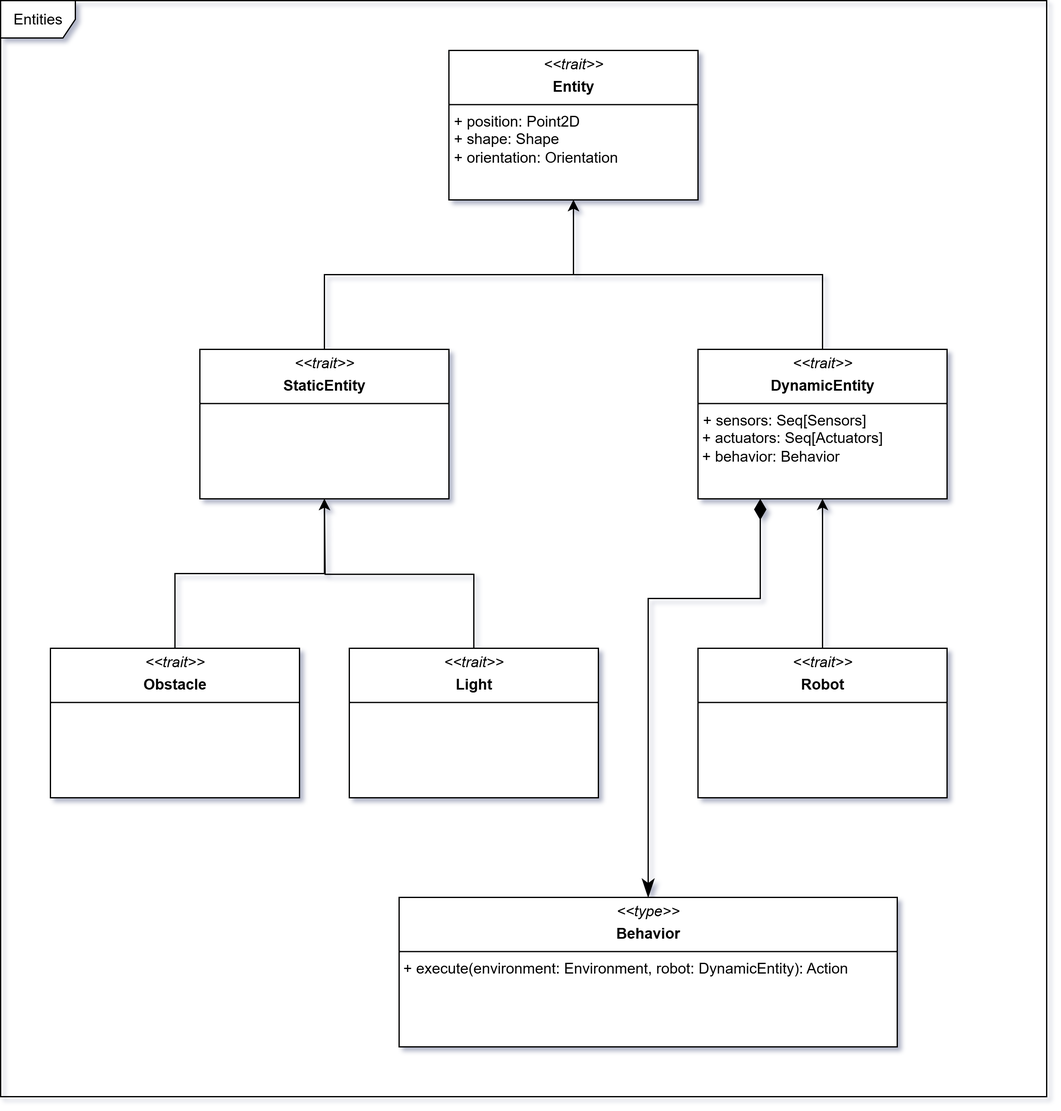
The draw.io diagram docs/static/img/04-detailed-design/entities.png in Scala-Robotics-Simulator/PPS-22-srs, before a commit. Source tidied: cells renumbered, new cells last; positions are measured from the earlier drawing's top-left corner, leaving out a move shared by most shapes. Its diagram source:
```xml
<mxGraphModel>
  <root>
    <mxCell id="0" />
    <mxCell id="1" parent="0" />
    <mxCell id="2" value="&lt;p style=&quot;margin:0px;margin-top:4px;text-align:center;&quot;&gt;&lt;i&gt;&amp;lt;&amp;lt;trait&amp;gt;&amp;gt;&lt;/i&gt;&lt;/p&gt;&lt;p style=&quot;margin:0px;margin-top:4px;text-align:center;&quot;&gt;&lt;b&gt;Entity&lt;/b&gt;&lt;/p&gt;&lt;hr size=&quot;1&quot; style=&quot;border-style:solid;&quot;&gt;&lt;p style=&quot;margin:0px;margin-left:4px;&quot;&gt;+ position: Point2D&lt;/p&gt;&lt;p style=&quot;margin:0px;margin-left:4px;&quot;&gt;+ shape: Shape&lt;/p&gt;&lt;p style=&quot;margin:0px;margin-left:4px;&quot;&gt;+ orientation: Orientation&lt;/p&gt;" style="verticalAlign=top;align=left;overflow=fill;html=1;whiteSpace=wrap;" parent="1" vertex="1">
      <mxGeometry x="360" y="40" width="200" height="120" as="geometry" />
    </mxCell>
    <mxCell id="3" style="edgeStyle=orthogonalEdgeStyle;rounded=0;jettySize=auto;html=1;entryX=0.5;entryY=1;entryDx=0;entryDy=0;" parent="1" edge="1" source="4" target="2">
      <mxGeometry relative="1" as="geometry" />
    </mxCell>
    <mxCell id="4" value="&lt;p style=&quot;margin:0px;margin-top:4px;text-align:center;&quot;&gt;&lt;i&gt;&amp;lt;&amp;lt;trait&amp;gt;&amp;gt;&lt;/i&gt;&lt;/p&gt;&lt;p style=&quot;margin:0px;margin-top:4px;text-align:center;&quot;&gt;&lt;b&gt;StaticEntity&lt;/b&gt;&lt;/p&gt;&lt;hr size=&quot;1&quot; style=&quot;border-style:solid;&quot;&gt;" style="verticalAlign=top;align=left;overflow=fill;html=1;whiteSpace=wrap;" parent="1" vertex="1">
      <mxGeometry x="160" y="280" width="200" height="120" as="geometry" />
    </mxCell>
    <mxCell id="5" style="edgeStyle=orthogonalEdgeStyle;rounded=0;jettySize=auto;html=1;exitX=0.5;exitY=0;exitDx=0;exitDy=0;" parent="1" edge="1" source="6">
      <mxGeometry relative="1" as="geometry">
        <mxPoint x="460" y="160" as="targetPoint" />
        <Array as="points">
          <mxPoint x="660" y="220" />
          <mxPoint x="460" y="220" />
        </Array>
      </mxGeometry>
    </mxCell>
    <mxCell id="6" value="&lt;p style=&quot;margin:0px;margin-top:4px;text-align:center;&quot;&gt;&lt;i&gt;&amp;lt;&amp;lt;trait&amp;gt;&amp;gt;&lt;/i&gt;&lt;/p&gt;&lt;p style=&quot;margin:0px;margin-top:4px;text-align:center;&quot;&gt;&lt;b&gt;DynamicEntity&lt;/b&gt;&lt;/p&gt;&lt;hr size=&quot;1&quot; style=&quot;border-style:solid;&quot;&gt;&lt;p style=&quot;margin:0px;margin-left:4px;&quot;&gt;+ sensors: Seq[Sensors]&lt;/p&gt;&lt;div&gt;&amp;nbsp;+ actuators: Seq[Actuators]&lt;/div&gt;&lt;div&gt;&amp;nbsp;+ behavior: Behavior&lt;/div&gt;&lt;p style=&quot;margin:0px;margin-left:4px;&quot;&gt;&lt;br&gt;&lt;/p&gt;" style="verticalAlign=top;align=left;overflow=fill;html=1;whiteSpace=wrap;" parent="1" vertex="1">
      <mxGeometry x="560" y="280" width="200" height="120" as="geometry" />
    </mxCell>
    <mxCell id="7" style="edgeStyle=orthogonalEdgeStyle;rounded=0;jettySize=auto;html=1;entryX=0.5;entryY=1;entryDx=0;entryDy=0;exitX=0.5;exitY=0;exitDx=0;exitDy=0;" parent="1" edge="1" source="8" target="4">
      <mxGeometry relative="1" as="geometry">
        <Array as="points">
          <mxPoint x="140" y="460" />
          <mxPoint x="260" y="460" />
        </Array>
      </mxGeometry>
    </mxCell>
    <mxCell id="8" value="&lt;p style=&quot;margin:0px;margin-top:4px;text-align:center;&quot;&gt;&lt;i&gt;&amp;lt;&amp;lt;trait&amp;gt;&amp;gt;&lt;/i&gt;&lt;/p&gt;&lt;p style=&quot;margin:0px;margin-top:4px;text-align:center;&quot;&gt;&lt;b&gt;Obstacle&lt;/b&gt;&lt;/p&gt;&lt;hr size=&quot;1&quot; style=&quot;border-style:solid;&quot;&gt;" style="verticalAlign=top;align=left;overflow=fill;html=1;whiteSpace=wrap;" parent="1" vertex="1">
      <mxGeometry x="40" y="520" width="200" height="120" as="geometry" />
    </mxCell>
    <mxCell id="9" style="edgeStyle=orthogonalEdgeStyle;rounded=0;jettySize=auto;html=1;exitX=0.5;exitY=0;exitDx=0;exitDy=0;" parent="1" edge="1" source="10">
      <mxGeometry relative="1" as="geometry">
        <mxPoint x="260" y="400" as="targetPoint" />
      </mxGeometry>
    </mxCell>
    <mxCell id="10" value="&lt;p style=&quot;margin:0px;margin-top:4px;text-align:center;&quot;&gt;&lt;i&gt;&amp;lt;&amp;lt;trait&amp;gt;&amp;gt;&lt;/i&gt;&lt;/p&gt;&lt;p style=&quot;margin:0px;margin-top:4px;text-align:center;&quot;&gt;&lt;b&gt;Light&lt;/b&gt;&lt;/p&gt;&lt;hr size=&quot;1&quot; style=&quot;border-style:solid;&quot;&gt;" style="verticalAlign=top;align=left;overflow=fill;html=1;whiteSpace=wrap;" parent="1" vertex="1">
      <mxGeometry x="280" y="520" width="200" height="120" as="geometry" />
    </mxCell>
    <mxCell id="11" style="edgeStyle=orthogonalEdgeStyle;rounded=0;jettySize=auto;html=1;entryX=0.5;entryY=1;entryDx=0;entryDy=0;" parent="1" edge="1" source="12" target="6">
      <mxGeometry relative="1" as="geometry" />
    </mxCell>
    <mxCell id="12" value="&lt;p style=&quot;margin:0px;margin-top:4px;text-align:center;&quot;&gt;&lt;i&gt;&amp;lt;&amp;lt;trait&amp;gt;&amp;gt;&lt;/i&gt;&lt;/p&gt;&lt;p style=&quot;margin:0px;margin-top:4px;text-align:center;&quot;&gt;&lt;b&gt;Robot&lt;/b&gt;&lt;/p&gt;&lt;hr size=&quot;1&quot; style=&quot;border-style:solid;&quot;&gt;" style="verticalAlign=top;align=left;overflow=fill;html=1;whiteSpace=wrap;" parent="1" vertex="1">
      <mxGeometry x="560" y="520" width="200" height="120" as="geometry" />
    </mxCell>
    <mxCell id="13" value="Entities" style="shape=umlFrame;whiteSpace=wrap;html=1;" parent="1" vertex="1">
      <mxGeometry width="840" height="880" as="geometry" />
    </mxCell>
    <mxCell id="14" value="&lt;p style=&quot;margin:0px;margin-top:4px;text-align:center;&quot;&gt;&lt;i&gt;&amp;lt;&amp;lt;type&amp;gt;&amp;gt;&lt;/i&gt;&lt;/p&gt;&lt;p style=&quot;margin:0px;margin-top:4px;text-align:center;&quot;&gt;&lt;b&gt;Behavior&lt;/b&gt;&lt;/p&gt;&lt;hr size=&quot;1&quot; style=&quot;border-style:solid;&quot;&gt;&amp;nbsp;+ execute(environment: Environment, robot: DynamicEntity): Action&lt;div&gt;&lt;br&gt;&lt;/div&gt;" style="verticalAlign=top;align=left;overflow=fill;html=1;whiteSpace=wrap;" parent="1" vertex="1">
      <mxGeometry x="320" y="720" width="400" height="120" as="geometry" />
    </mxCell>
    <mxCell id="15" style="endArrow=classicThin;html=1;endSize=12;startArrow=diamondThin;startSize=14;startFill=1;edgeStyle=orthogonalEdgeStyle;align=left;verticalAlign=bottom;rounded=0;exitX=0.25;exitY=1;exitDx=0;exitDy=0;entryX=0.5;entryY=0;entryDx=0;entryDy=0;endFill=1;" parent="1" edge="1" source="6" target="14">
      <mxGeometry x="-1" y="3" relative="1" as="geometry">
        <Array as="points">
          <mxPoint x="610" y="480" />
          <mxPoint x="520" y="480" />
        </Array>
      </mxGeometry>
    </mxCell>
  </root>
</mxGraphModel>
```
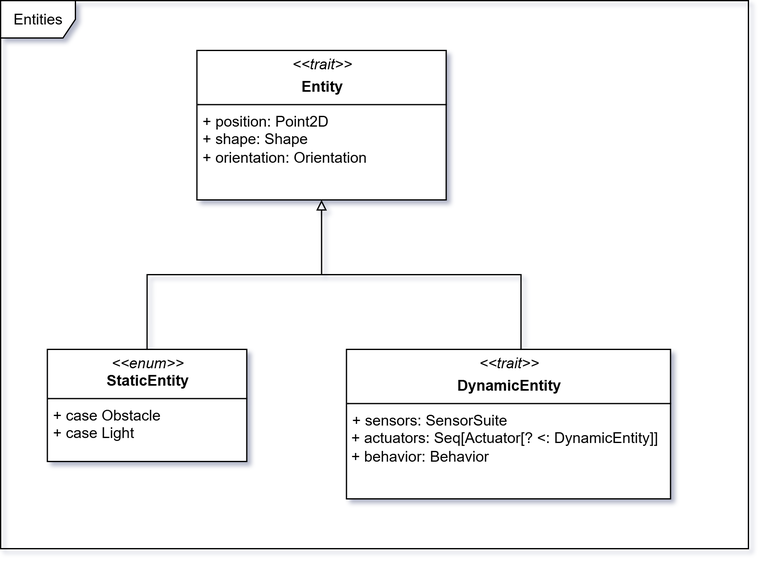
After the commit.

The edit, as a diff of the source:
```diff
@@ -3,64 +3,33 @@
     <mxCell id="0" />
     <mxCell id="1" parent="0" />
     <mxCell id="2" value="&lt;p style=&quot;margin:0px;margin-top:4px;text-align:center;&quot;&gt;&lt;i&gt;&amp;lt;&amp;lt;trait&amp;gt;&amp;gt;&lt;/i&gt;&lt;/p&gt;&lt;p style=&quot;margin:0px;margin-top:4px;text-align:center;&quot;&gt;&lt;b&gt;Entity&lt;/b&gt;&lt;/p&gt;&lt;hr size=&quot;1&quot; style=&quot;border-style:solid;&quot;&gt;&lt;p style=&quot;margin:0px;margin-left:4px;&quot;&gt;+ position: Point2D&lt;/p&gt;&lt;p style=&quot;margin:0px;margin-left:4px;&quot;&gt;+ shape: Shape&lt;/p&gt;&lt;p style=&quot;margin:0px;margin-left:4px;&quot;&gt;+ orientation: Orientation&lt;/p&gt;" style="verticalAlign=top;align=left;overflow=fill;html=1;whiteSpace=wrap;" parent="1" vertex="1">
-      <mxGeometry x="360" y="40" width="200" height="120" as="geometry" />
+      <mxGeometry x="237.5" y="40" width="200" height="120" as="geometry" />
     </mxCell>
-    <mxCell id="3" style="edgeStyle=orthogonalEdgeStyle;rounded=0;jettySize=auto;html=1;entryX=0.5;entryY=1;entryDx=0;entryDy=0;" parent="1" edge="1" source="4" target="2">
-      <mxGeometry relative="1" as="geometry" />
+    <mxCell id="3" style="edgeStyle=orthogonalEdgeStyle;rounded=0;jettySize=auto;html=1;exitX=0.5;exitY=0;exitDx=0;exitDy=0;endArrow=block;endFill=0;" parent="1" edge="1" source="4">
+      <mxGeometry relative="1" as="geometry">
+        <mxPoint x="337.5" y="160" as="targetPoint" />
+        <Array as="points">
+          <mxPoint x="497.5" y="220" />
+          <mxPoint x="337.5" y="220" />
+        </Array>
+      </mxGeometry>
     </mxCell>
-    <mxCell id="4" value="&lt;p style=&quot;margin:0px;margin-top:4px;text-align:center;&quot;&gt;&lt;i&gt;&amp;lt;&amp;lt;trait&amp;gt;&amp;gt;&lt;/i&gt;&lt;/p&gt;&lt;p style=&quot;margin:0px;margin-top:4px;text-align:center;&quot;&gt;&lt;b&gt;StaticEntity&lt;/b&gt;&lt;/p&gt;&lt;hr size=&quot;1&quot; style=&quot;border-style:solid;&quot;&gt;" style="verticalAlign=top;align=left;overflow=fill;html=1;whiteSpace=wrap;" parent="1" vertex="1">
-      <mxGeometry x="160" y="280" width="200" height="120" as="geometry" />
+    <mxCell id="4" value="&lt;p style=&quot;margin:0px;margin-top:4px;text-align:center;&quot;&gt;&lt;i&gt;&amp;lt;&amp;lt;trait&amp;gt;&amp;gt;&lt;/i&gt;&lt;/p&gt;&lt;p style=&quot;margin:0px;margin-top:4px;text-align:center;&quot;&gt;&lt;b&gt;DynamicEntity&lt;/b&gt;&lt;/p&gt;&lt;hr size=&quot;1&quot; style=&quot;border-style:solid;&quot;&gt;&lt;p style=&quot;margin:0px;margin-left:4px;&quot;&gt;+ sensors: SensorSuite&lt;/p&gt;&lt;div&gt;&amp;nbsp;+&amp;nbsp;actuators: Seq[Actuator[? &amp;lt;: DynamicEntity]]&lt;/div&gt;&lt;div&gt;&amp;nbsp;+ behavior: Behavior&lt;/div&gt;&lt;p style=&quot;margin:0px;margin-left:4px;&quot;&gt;&lt;br&gt;&lt;/p&gt;" style="verticalAlign=top;align=left;overflow=fill;html=1;whiteSpace=wrap;" parent="1" vertex="1">
+      <mxGeometry x="357.5" y="280" width="260" height="120" as="geometry" />
     </mxCell>
-    <mxCell id="5" style="edgeStyle=orthogonalEdgeStyle;rounded=0;jettySize=auto;html=1;exitX=0.5;exitY=0;exitDx=0;exitDy=0;" parent="1" edge="1" source="6">
-      <mxGeometry relative="1" as="geometry">
-        <mxPoint x="460" y="160" as="targetPoint" />
-        <Array as="points">
-          <mxPoint x="660" y="220" />
-          <mxPoint x="460" y="220" />
-        </Array>
-      </mxGeometry>
+    <mxCell id="5" value="Entities" style="shape=umlFrame;whiteSpace=wrap;html=1;" parent="1" vertex="1">
+      <mxGeometry x="80" width="600" height="440" as="geometry" />
     </mxCell>
-    <mxCell id="6" value="&lt;p style=&quot;margin:0px;margin-top:4px;text-align:center;&quot;&gt;&lt;i&gt;&amp;lt;&amp;lt;trait&amp;gt;&amp;gt;&lt;/i&gt;&lt;/p&gt;&lt;p style=&quot;margin:0px;margin-top:4px;text-align:center;&quot;&gt;&lt;b&gt;DynamicEntity&lt;/b&gt;&lt;/p&gt;&lt;hr size=&quot;1&quot; style=&quot;border-style:solid;&quot;&gt;&lt;p style=&quot;margin:0px;margin-left:4px;&quot;&gt;+ sensors: Seq[Sensors]&lt;/p&gt;&lt;div&gt;&amp;nbsp;+ actuators: Seq[Actuators]&lt;/div&gt;&lt;div&gt;&amp;nbsp;+ behavior: Behavior&lt;/div&gt;&lt;p style=&quot;margin:0px;margin-left:4px;&quot;&gt;&lt;br&gt;&lt;/p&gt;" style="verticalAlign=top;align=left;overflow=fill;html=1;whiteSpace=wrap;" parent="1" vertex="1">
-      <mxGeometry x="560" y="280" width="200" height="120" as="geometry" />
+    <mxCell id="6" style="edgeStyle=orthogonalEdgeStyle;rounded=0;jettySize=auto;html=1;exitX=0.5;exitY=0;exitDx=0;exitDy=0;endArrow=none;endFill=0;" parent="1" edge="1" source="7">
+      <mxGeometry relative="1" as="geometry">
+        <mxPoint x="340" y="220" as="targetPoint" />
+        <Array as="points">
+          <mxPoint x="198" y="220" />
+        </Array>
+      </mxGeometry>
     </mxCell>
-    <mxCell id="7" style="edgeStyle=orthogonalEdgeStyle;rounded=0;jettySize=auto;html=1;entryX=0.5;entryY=1;entryDx=0;entryDy=0;exitX=0.5;exitY=0;exitDx=0;exitDy=0;" parent="1" edge="1" source="8" target="4">
-      <mxGeometry relative="1" as="geometry">
-        <Array as="points">
-          <mxPoint x="140" y="460" />
-          <mxPoint x="260" y="460" />
-        </Array>
-      </mxGeometry>
+    <mxCell id="7" value="&lt;p style=&quot;margin:0px;margin-top:4px;text-align:center;&quot;&gt;&lt;i&gt;&amp;lt;&amp;lt;enum&amp;gt;&amp;gt;&lt;br&gt;&lt;/i&gt;&lt;b&gt;StaticEntity&lt;/b&gt;&lt;/p&gt;&lt;hr size=&quot;1&quot; style=&quot;border-style:solid;&quot;&gt;&lt;p style=&quot;margin:0px;margin-left:4px;&quot;&gt;+ case Obstacle&lt;/p&gt;&lt;p style=&quot;margin:0px;margin-left:4px;&quot;&gt;+ case Light&lt;/p&gt;" style="verticalAlign=top;align=left;overflow=fill;html=1;whiteSpace=wrap;" parent="1" vertex="1">
+      <mxGeometry x="117.5" y="280" width="160" height="90" as="geometry" />
     </mxCell>
-    <mxCell id="8" value="&lt;p style=&quot;margin:0px;margin-top:4px;text-align:center;&quot;&gt;&lt;i&gt;&amp;lt;&amp;lt;trait&amp;gt;&amp;gt;&lt;/i&gt;&lt;/p&gt;&lt;p style=&quot;margin:0px;margin-top:4px;text-align:center;&quot;&gt;&lt;b&gt;Obstacle&lt;/b&gt;&lt;/p&gt;&lt;hr size=&quot;1&quot; style=&quot;border-style:solid;&quot;&gt;" style="verticalAlign=top;align=left;overflow=fill;html=1;whiteSpace=wrap;" parent="1" vertex="1">
-      <mxGeometry x="40" y="520" width="200" height="120" as="geometry" />
-    </mxCell>
-    <mxCell id="9" style="edgeStyle=orthogonalEdgeStyle;rounded=0;jettySize=auto;html=1;exitX=0.5;exitY=0;exitDx=0;exitDy=0;" parent="1" edge="1" source="10">
-      <mxGeometry relative="1" as="geometry">
-        <mxPoint x="260" y="400" as="targetPoint" />
-      </mxGeometry>
-    </mxCell>
-    <mxCell id="10" value="&lt;p style=&quot;margin:0px;margin-top:4px;text-align:center;&quot;&gt;&lt;i&gt;&amp;lt;&amp;lt;trait&amp;gt;&amp;gt;&lt;/i&gt;&lt;/p&gt;&lt;p style=&quot;margin:0px;margin-top:4px;text-align:center;&quot;&gt;&lt;b&gt;Light&lt;/b&gt;&lt;/p&gt;&lt;hr size=&quot;1&quot; style=&quot;border-style:solid;&quot;&gt;" style="verticalAlign=top;align=left;overflow=fill;html=1;whiteSpace=wrap;" parent="1" vertex="1">
-      <mxGeometry x="280" y="520" width="200" height="120" as="geometry" />
-    </mxCell>
-    <mxCell id="11" style="edgeStyle=orthogonalEdgeStyle;rounded=0;jettySize=auto;html=1;entryX=0.5;entryY=1;entryDx=0;entryDy=0;" parent="1" edge="1" source="12" target="6">
-      <mxGeometry relative="1" as="geometry" />
-    </mxCell>
-    <mxCell id="12" value="&lt;p style=&quot;margin:0px;margin-top:4px;text-align:center;&quot;&gt;&lt;i&gt;&amp;lt;&amp;lt;trait&amp;gt;&amp;gt;&lt;/i&gt;&lt;/p&gt;&lt;p style=&quot;margin:0px;margin-top:4px;text-align:center;&quot;&gt;&lt;b&gt;Robot&lt;/b&gt;&lt;/p&gt;&lt;hr size=&quot;1&quot; style=&quot;border-style:solid;&quot;&gt;" style="verticalAlign=top;align=left;overflow=fill;html=1;whiteSpace=wrap;" parent="1" vertex="1">
-      <mxGeometry x="560" y="520" width="200" height="120" as="geometry" />
-    </mxCell>
-    <mxCell id="13" value="Entities" style="shape=umlFrame;whiteSpace=wrap;html=1;" parent="1" vertex="1">
-      <mxGeometry width="840" height="880" as="geometry" />
-    </mxCell>
-    <mxCell id="14" value="&lt;p style=&quot;margin:0px;margin-top:4px;text-align:center;&quot;&gt;&lt;i&gt;&amp;lt;&amp;lt;type&amp;gt;&amp;gt;&lt;/i&gt;&lt;/p&gt;&lt;p style=&quot;margin:0px;margin-top:4px;text-align:center;&quot;&gt;&lt;b&gt;Behavior&lt;/b&gt;&lt;/p&gt;&lt;hr size=&quot;1&quot; style=&quot;border-style:solid;&quot;&gt;&amp;nbsp;+ execute(environment: Environment, robot: DynamicEntity): Action&lt;div&gt;&lt;br&gt;&lt;/div&gt;" style="verticalAlign=top;align=left;overflow=fill;html=1;whiteSpace=wrap;" parent="1" vertex="1">
-      <mxGeometry x="320" y="720" width="400" height="120" as="geometry" />
-    </mxCell>
-    <mxCell id="15" style="endArrow=classicThin;html=1;endSize=12;startArrow=diamondThin;startSize=14;startFill=1;edgeStyle=orthogonalEdgeStyle;align=left;verticalAlign=bottom;rounded=0;exitX=0.25;exitY=1;exitDx=0;exitDy=0;entryX=0.5;entryY=0;entryDx=0;entryDy=0;endFill=1;" parent="1" edge="1" source="6" target="14">
-      <mxGeometry x="-1" y="3" relative="1" as="geometry">
-        <Array as="points">
-          <mxPoint x="610" y="480" />
-          <mxPoint x="520" y="480" />
-        </Array>
-      </mxGeometry>
-    </mxCell>
   </root>
 </mxGraphModel>
```
